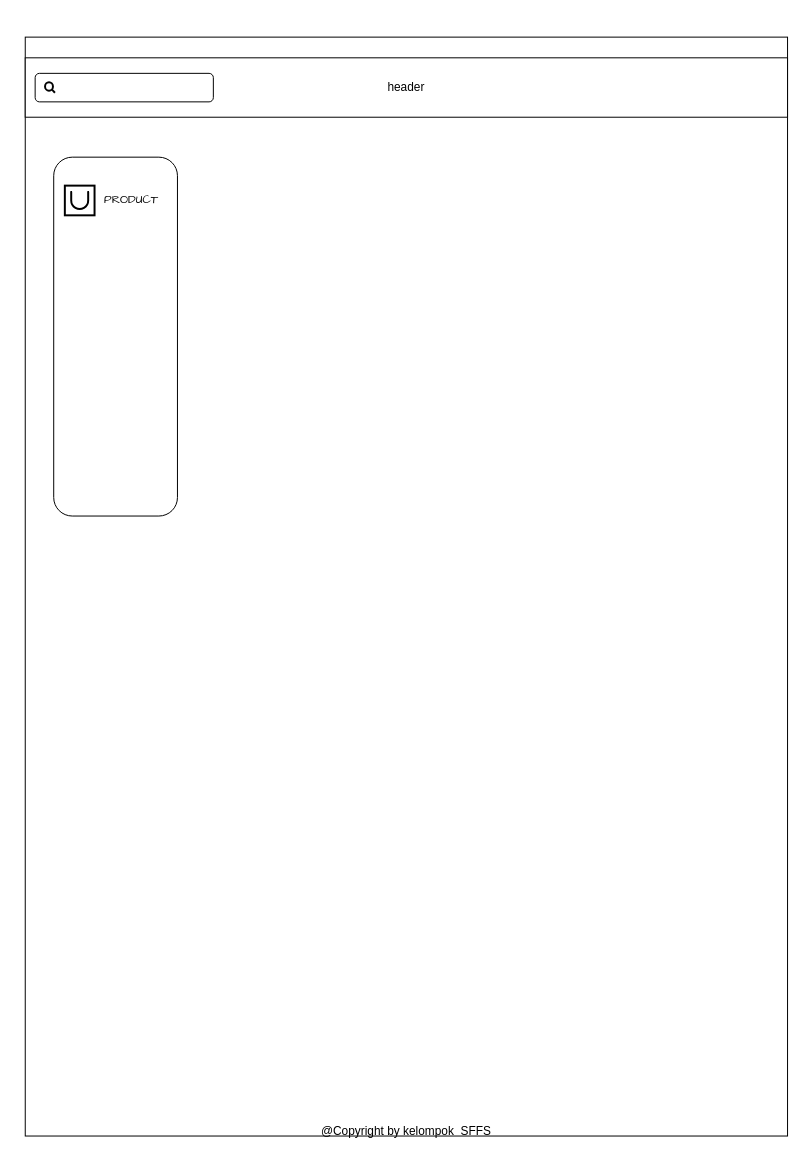
This is Diagram Tanpa Judul.drawio from Saefulloh1/collaboration, a draw.io file, before an edit. Source tidied: cells renumbered, new cells numbered last; positions are measured from the earlier drawing's top-left corner, leaving out a move shared by most shapes. Both pictures are drawn from the tidied source at 99%, with x=0, y=0 at pixel (-64, 37).
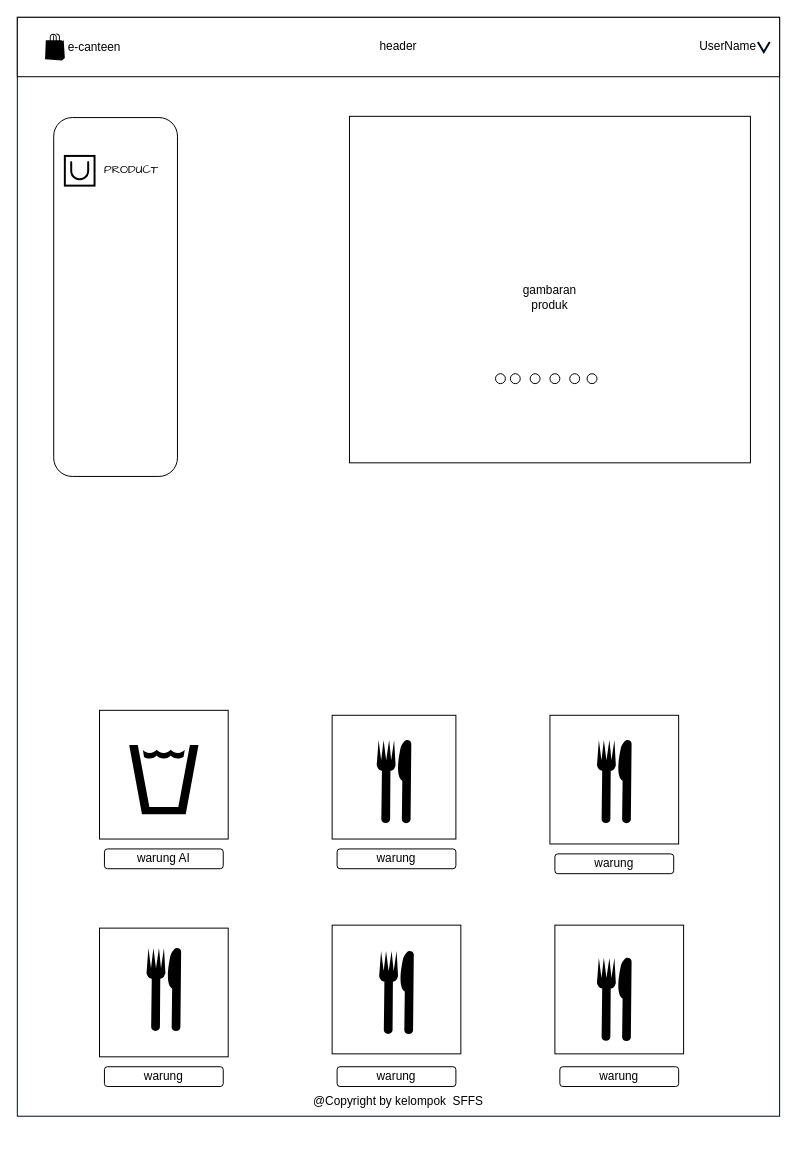
The same diagram, later.

Diff of the diagram source:
```diff
@@
-    <mxCell id="2" style="rounded=0;whiteSpace=wrap;html=1;" parent="1" vertex="1">
-      <mxGeometry x="90" width="770" height="1110" as="geometry" />
+    <mxCell id="2" style="rounded=0;whiteSpace=wrap;html=1;strokeColor=#010b13;" parent="1" vertex="1">
+      <mxGeometry x="82" y="-20" width="770" height="1110" as="geometry" />
     </mxCell>
     <mxCell id="3" value="header" style="rounded=0;whiteSpace=wrap;html=1;" parent="1" vertex="1">
-      <mxGeometry x="90" y="20.9" width="770" height="60" as="geometry" />
+      <mxGeometry x="82" y="-20" width="770" height="60" as="geometry" />
     </mxCell>
-    <mxCell id="4" style="rounded=1;whiteSpace=wrap;html=1;" parent="1" vertex="1">
-      <mxGeometry x="100" y="36.6" width="180" height="28.8" as="geometry" />
-    </mxCell>
-    <mxCell id="5" style="html=1;verticalLabelPosition=bottom;align=center;labelBackgroundColor=#ffffff;verticalAlign=top;strokeWidth=2;strokeColor=#030303;shadow=0;dashed=0;shape=mxgraph.ios7.icons.looking_glass;fontColor=#000000;" parent="1" vertex="1">
-      <mxGeometry x="110" y="45.6" width="10" height="10.6" as="geometry" />
-    </mxCell>
     <mxCell id="6" style="rounded=1;whiteSpace=wrap;html=1;rotation=90;" parent="1" vertex="1">
-      <mxGeometry y="240" width="362.5" height="125" as="geometry" />
+      <mxGeometry y="200" width="362.5" height="125" as="geometry" />
     </mxCell>
     <mxCell id="7" style="html=1;verticalLabelPosition=bottom;align=center;labelBackgroundColor=#ffffff;verticalAlign=top;strokeWidth=2;strokeColor=#000000;shadow=0;dashed=0;shape=mxgraph.ios7.icons.bag;fillColor=#FFFFFF;" parent="1" vertex="1">
-      <mxGeometry x="130" y="150" width="30" height="30" as="geometry" />
+      <mxGeometry x="130" y="120" width="30" height="30" as="geometry" />
     </mxCell>
     <mxCell id="8" value="PRODUCT" style="text;html=1;strokeColor=none;fillColor=none;align=center;verticalAlign=middle;whiteSpace=wrap;rounded=0;fontFamily=Comic Sans MS;" parent="1" vertex="1">
-      <mxGeometry x="170" y="150" width="55" height="30" as="geometry" />
+      <mxGeometry x="170" y="120" width="55" height="30" as="geometry" />
     </mxCell>
     <mxCell id="9" value="@Copyright by kelompok&amp;nbsp; SFFS" style="text;html=1;strokeColor=none;fillColor=none;align=center;verticalAlign=middle;whiteSpace=wrap;rounded=0;" parent="1" vertex="1">
-      <mxGeometry x="375" y="1090" width="200" height="30" as="geometry" />
+      <mxGeometry x="367" y="1060" width="200" height="30" as="geometry" />
     </mxCell>
+    <mxCell id="10" style="verticalLabelPosition=bottom;html=1;verticalAlign=top;align=center;strokeColor=none;fillColor=#000000;shape=mxgraph.azure.azure_marketplace;" parent="1" vertex="1">
+      <mxGeometry x="110" y="-3.8" width="20" height="27.5" as="geometry" />
+    </mxCell>
+    <mxCell id="11" value="e-canteen" style="text;html=1;strokeColor=none;fillColor=none;align=center;verticalAlign=middle;whiteSpace=wrap;rounded=0;" parent="1" vertex="1">
+      <mxGeometry x="130" y="-3.8" width="60" height="30" as="geometry" />
+    </mxCell>
+    <mxCell id="12" style="html=1;verticalLabelPosition=bottom;labelBackgroundColor=#ffffff;verticalAlign=top;shadow=0;dashed=0;strokeWidth=2;shape=mxgraph.ios7.misc.down;strokeColor=#010b13;" parent="1" vertex="1">
+      <mxGeometry x="830" y="5" width="12" height="10" as="geometry" />
+    </mxCell>
+    <mxCell id="13" value="UserName" style="text;html=1;strokeColor=none;fillColor=none;align=center;verticalAlign=middle;whiteSpace=wrap;rounded=0;" parent="1" vertex="1">
+      <mxGeometry x="770" y="-5" width="60" height="30" as="geometry" />
+    </mxCell>
+    <mxCell id="14" style="rounded=1;whiteSpace=wrap;html=1;" parent="1" vertex="1">
+      <mxGeometry x="170" y="820" width="120" height="20" as="geometry" />
+    </mxCell>
+    <mxCell id="15" value="warung AI" style="text;html=1;strokeColor=none;fillColor=none;align=center;verticalAlign=middle;whiteSpace=wrap;rounded=0;" parent="1" vertex="1">
+      <mxGeometry x="200" y="815" width="60" height="30" as="geometry" />
+    </mxCell>
+    <mxCell id="16" style="whiteSpace=wrap;html=1;" parent="1" vertex="1">
+      <mxGeometry x="165" y="680" width="130" height="130" as="geometry" />
+    </mxCell>
+    <mxCell id="17" style="whiteSpace=wrap;html=1;shape=mxgraph.signs.food.drinking_water_1;fillColor=#000000;strokeColor=none;verticalLabelPosition=bottom;verticalAlign=top;" parent="1" vertex="1">
+      <mxGeometry x="195" y="715" width="70" height="70" as="geometry" />
+    </mxCell>
+    <mxCell id="18" style="whiteSpace=wrap;html=1;" parent="1" vertex="1">
+      <mxGeometry x="620" y="685" width="130" height="130" as="geometry" />
+    </mxCell>
+    <mxCell id="19" style="whiteSpace=wrap;html=1;" parent="1" vertex="1">
+      <mxGeometry x="400" y="685" width="125" height="125" as="geometry" />
+    </mxCell>
+    <mxCell id="20" style="whiteSpace=wrap;html=1;" parent="1" vertex="1">
+      <mxGeometry x="400" y="897" width="130" height="130" as="geometry" />
+    </mxCell>
+    <mxCell id="21" style="whiteSpace=wrap;html=1;" parent="1" vertex="1">
+      <mxGeometry x="165" y="900" width="130" height="130" as="geometry" />
+    </mxCell>
+    <mxCell id="22" style="whiteSpace=wrap;html=1;" parent="1" vertex="1">
+      <mxGeometry x="625" y="897" width="130" height="130" as="geometry" />
+    </mxCell>
+    <mxCell id="23" value="warung" style="rounded=1;whiteSpace=wrap;html=1;" parent="1" vertex="1">
+      <mxGeometry x="405" y="820" width="120" height="20" as="geometry" />
+    </mxCell>
+    <mxCell id="24" value="warung" style="rounded=1;whiteSpace=wrap;html=1;" parent="1" vertex="1">
+      <mxGeometry x="170" y="1040" width="120" height="20" as="geometry" />
+    </mxCell>
+    <mxCell id="25" value="warung" style="rounded=1;whiteSpace=wrap;html=1;" parent="1" vertex="1">
+      <mxGeometry x="405" y="1040" width="120" height="20" as="geometry" />
+    </mxCell>
+    <mxCell id="26" value="warung" style="rounded=1;whiteSpace=wrap;html=1;" parent="1" vertex="1">
+      <mxGeometry x="630" y="1040" width="120" height="20" as="geometry" />
+    </mxCell>
+    <mxCell id="27" value="warung" style="rounded=1;whiteSpace=wrap;html=1;" parent="1" vertex="1">
+      <mxGeometry x="625" y="825" width="120" height="20" as="geometry" />
+    </mxCell>
+    <mxCell id="28" style="shape=mxgraph.signs.food.restaurant_1;html=1;fillColor=#000000;strokeColor=none;verticalLabelPosition=bottom;verticalAlign=top;align=center;" parent="1" vertex="1">
+      <mxGeometry x="445" y="710" width="35" height="84" as="geometry" />
+    </mxCell>
+    <mxCell id="29" style="shape=mxgraph.signs.food.restaurant_1;html=1;fillColor=#000000;strokeColor=none;verticalLabelPosition=bottom;verticalAlign=top;align=center;" parent="1" vertex="1">
+      <mxGeometry x="447.5" y="923" width="35" height="84" as="geometry" />
+    </mxCell>
+    <mxCell id="30" style="shape=mxgraph.signs.food.restaurant_1;html=1;fillColor=#000000;strokeColor=none;verticalLabelPosition=bottom;verticalAlign=top;align=center;" parent="1" vertex="1">
+      <mxGeometry x="667.5" y="930" width="35" height="84" as="geometry" />
+    </mxCell>
+    <mxCell id="31" style="shape=mxgraph.signs.food.restaurant_1;html=1;fillColor=#000000;strokeColor=none;verticalLabelPosition=bottom;verticalAlign=top;align=center;" parent="1" vertex="1">
+      <mxGeometry x="667.5" y="710" width="35" height="84" as="geometry" />
+    </mxCell>
+    <mxCell id="32" style="shape=mxgraph.signs.food.restaurant_1;html=1;fillColor=#000000;strokeColor=none;verticalLabelPosition=bottom;verticalAlign=top;align=center;" parent="1" vertex="1">
+      <mxGeometry x="212.5" y="920" width="35" height="84" as="geometry" />
+    </mxCell>
+    <mxCell id="33" style="rounded=0;whiteSpace=wrap;html=1;" parent="1" vertex="1">
+      <mxGeometry x="417.5" y="80" width="405" height="350" as="geometry" />
+    </mxCell>
+    <mxCell id="34" value="gambaran produk" style="text;html=1;strokeColor=none;fillColor=none;align=center;verticalAlign=middle;whiteSpace=wrap;rounded=0;" parent="1" vertex="1">
+      <mxGeometry x="590" y="247.5" width="60" height="30" as="geometry" />
+    </mxCell>
+    <mxCell id="35" style="ellipse;whiteSpace=wrap;html=1;" parent="1" vertex="1">
+      <mxGeometry x="640" y="340" width="10" height="10" as="geometry" />
+    </mxCell>
+    <mxCell id="36" style="ellipse;whiteSpace=wrap;html=1;" parent="1" vertex="1">
+      <mxGeometry x="565" y="340" width="10" height="10" as="geometry" />
+    </mxCell>
+    <mxCell id="37" style="ellipse;whiteSpace=wrap;html=1;" parent="1" vertex="1">
+      <mxGeometry x="657.5" y="340" width="10" height="10" as="geometry" />
+    </mxCell>
+    <mxCell id="38" style="ellipse;whiteSpace=wrap;html=1;" parent="1" vertex="1">
+      <mxGeometry x="580" y="340" width="10" height="10" as="geometry" />
+    </mxCell>
+    <mxCell id="39" style="ellipse;whiteSpace=wrap;html=1;" parent="1" vertex="1">
+      <mxGeometry x="620" y="340" width="10" height="10" as="geometry" />
+    </mxCell>
+    <mxCell id="40" style="ellipse;whiteSpace=wrap;html=1;" parent="1" vertex="1">
+      <mxGeometry x="600" y="340" width="10" height="10" as="geometry" />
+    </mxCell>
```
